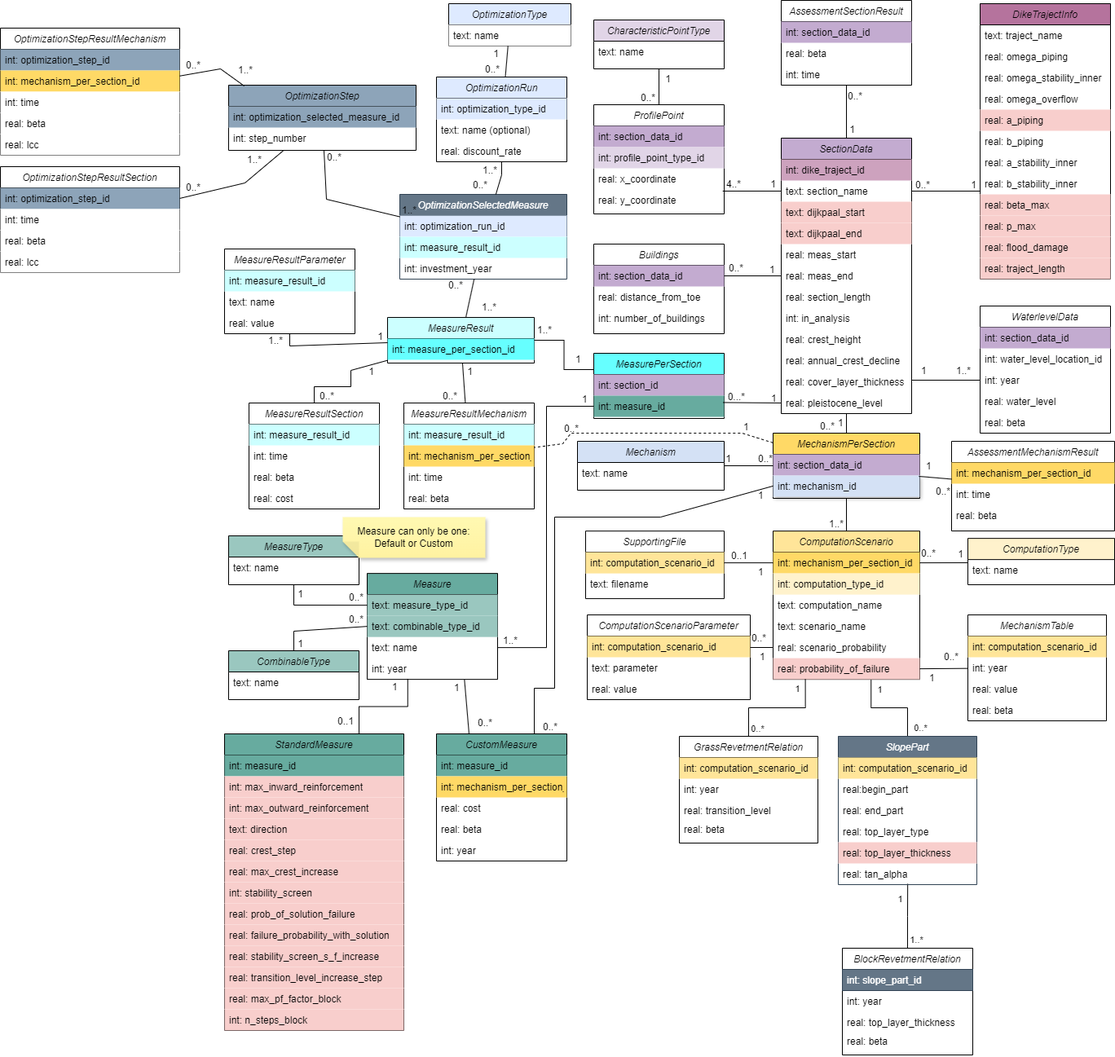
Deltares/Veiligheidsrendement keeps this draw.io diagram as docs/db_diagram/vrtool_sql_input.drawio.png. Above is the earlier version. Source tidied: cells renumbered, new cells last; positions are measured from the earlier drawing's top-left corner, leaving out a move shared by most shapes.
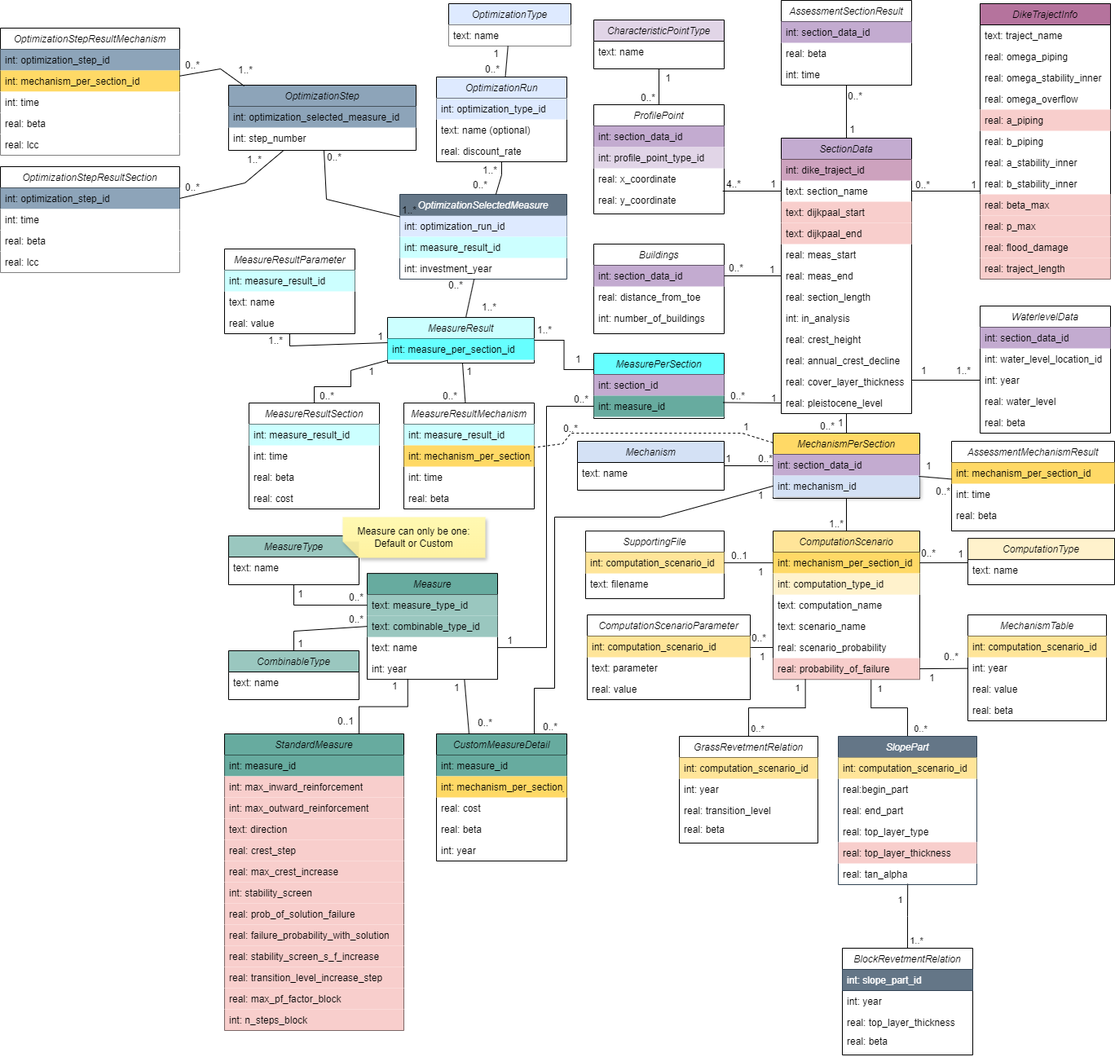
Later version of the same file.

What changed in the source:
```diff
@@ -178,7 +178,7 @@
         <mxPoint x="-14" y="3" as="offset" />
       </mxGeometry>
     </mxCell>
-    <mxCell id="60" value="0...*" style="html=1;whiteSpace=wrap;align=right;verticalAlign=bottom;" parent="58" vertex="1">
+    <mxCell id="60" value="0..*" style="html=1;whiteSpace=wrap;align=right;verticalAlign=bottom;" parent="58" vertex="1">
       <mxGeometry x="1" relative="1" as="geometry">
         <mxPoint x="28" y="1" as="offset" />
       </mxGeometry>
@@ -217,14 +217,14 @@
         </Array>
       </mxGeometry>
     </mxCell>
-    <mxCell id="68" value="1" style="html=1;whiteSpace=wrap;align=left;verticalAlign=bottom;" parent="67" vertex="1">
+    <mxCell id="68" value="0..*" style="html=1;whiteSpace=wrap;align=left;verticalAlign=bottom;" parent="67" vertex="1">
       <mxGeometry x="-1" relative="1" as="geometry">
-        <mxPoint x="-16" as="offset" />
+        <mxPoint x="-26" as="offset" />
       </mxGeometry>
     </mxCell>
-    <mxCell id="69" value="1..*" style="html=1;whiteSpace=wrap;align=right;verticalAlign=bottom;" parent="67" vertex="1">
+    <mxCell id="69" value="1" style="html=1;whiteSpace=wrap;align=right;verticalAlign=bottom;" parent="67" vertex="1">
       <mxGeometry x="1" relative="1" as="geometry">
-        <mxPoint x="25" as="offset" />
+        <mxPoint x="20" as="offset" />
       </mxGeometry>
     </mxCell>
     <mxCell id="70" style="endArrow=none;html=1;rounded=0;exitX=1;exitY=0.5;exitDx=0;exitDy=0;" parent="1" edge="1" source="57" target="29">
@@ -365,7 +365,7 @@
     <mxCell id="107" value="int: n_steps_block" style="text;align=left;verticalAlign=top;spacingLeft=4;spacingRight=4;overflow=hidden;fillColor=#F8CECC;" parent="94" vertex="1">
       <mxGeometry y="338" width="220" height="26" as="geometry" />
     </mxCell>
-    <mxCell id="108" value="CustomMeasure" style="swimlane;fontStyle=2;align=center;verticalAlign=top;horizontal=1;startSize=26;rounded=0;shadow=0;strokeWidth=1;fillColor=#67AB9F;" parent="1" vertex="1">
+    <mxCell id="108" value="CustomMeasureDetail" style="swimlane;fontStyle=2;align=center;verticalAlign=top;horizontal=1;startSize=26;rounded=0;shadow=0;strokeWidth=1;fillColor=#67AB9F;" parent="1" vertex="1">
       <mxGeometry x="535" y="900" width="160" height="156" as="geometry" />
     </mxCell>
     <mxCell id="109" value="int: measure_id" style="text;align=left;verticalAlign=top;spacingLeft=4;spacingRight=4;overflow=hidden;rounded=0;shadow=0;html=0;fillColor=#67AB9F;" parent="108" vertex="1">
```
